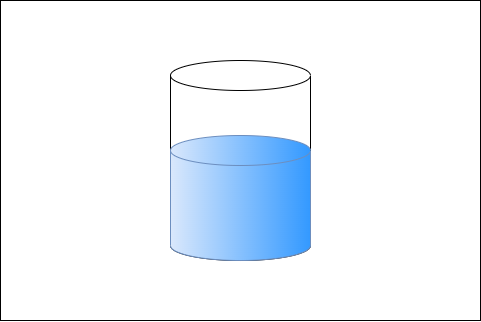
Above: images/tanks/simple_tank_type_50.png in CrayJThiemsert/iot_theapp (draw.io), before the change. Source tidied: cells renumbered, new cells last; positions are measured from the earlier drawing's top-left corner, leaving out a move shared by most shapes.
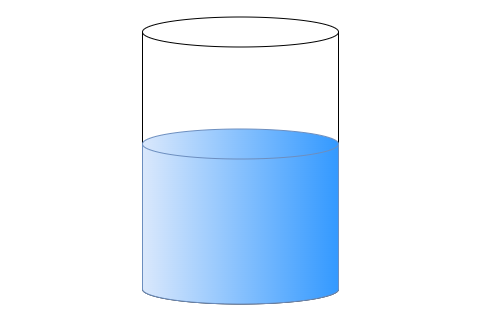
Later version of the same file.

Commit message:
- Added "Tank Filled Level" notification settings in the device detail screen.

The edit, as a diff of the source:
```diff
@@ -2,14 +2,14 @@
   <root>
     <mxCell id="0" />
     <mxCell id="1" parent="0" />
-    <mxCell id="2" style="rounded=0;whiteSpace=wrap;html=1;" parent="1" vertex="1">
-      <mxGeometry width="480" height="320" as="geometry" />
+    <mxCell id="2" style="rounded=0;whiteSpace=wrap;html=1;strokeColor=none;fillColor=none;" parent="1" vertex="1">
+      <mxGeometry x="720" width="480" height="320" as="geometry" />
     </mxCell>
     <mxCell id="3" style="shape=cylinder3;whiteSpace=wrap;html=1;boundedLbl=1;backgroundOutline=1;size=15;rotation=0;" parent="1" vertex="1">
-      <mxGeometry x="170" y="60" width="140" height="200" as="geometry" />
+      <mxGeometry x="862" y="16.5" width="196" height="287" as="geometry" />
     </mxCell>
     <mxCell id="4" style="shape=cylinder3;whiteSpace=wrap;html=1;boundedLbl=1;backgroundOutline=1;size=15;rotation=0;fillColor=#dae8fc;gradientColor=#3399FF;strokeColor=#6c8ebf;gradientDirection=east;" parent="1" vertex="1">
-      <mxGeometry x="170" y="135" width="140" height="125" as="geometry" />
+      <mxGeometry x="862" y="128.5" width="196" height="175" as="geometry" />
     </mxCell>
   </root>
 </mxGraphModel>
```
